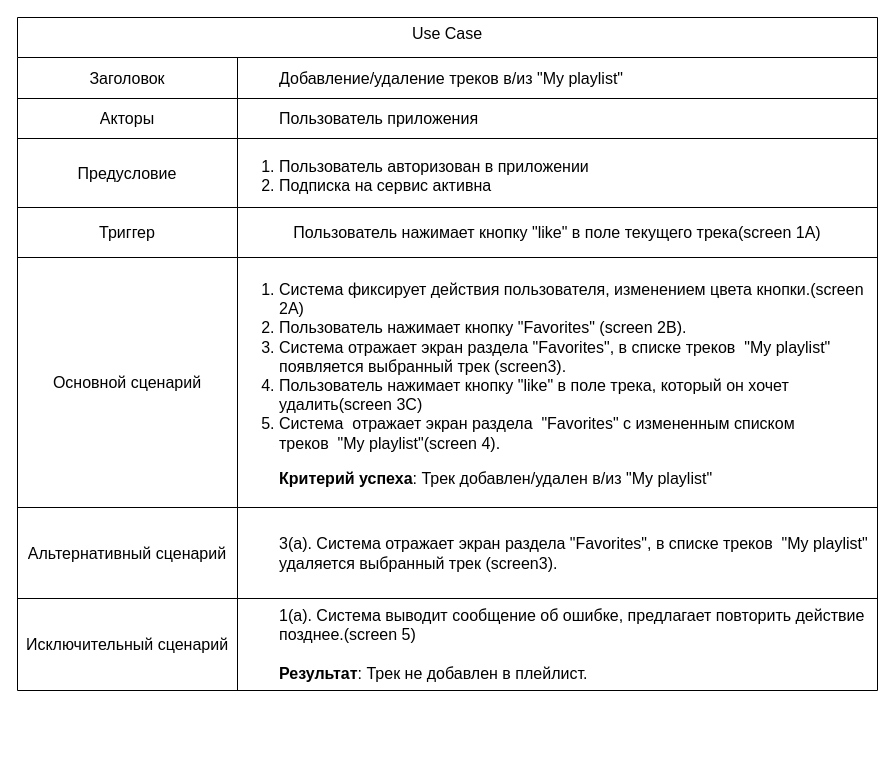
Before: Khalmatova_Kristina/UseCase/UseCase.drawio in abdullahproff/BSA21_1, a draw.io diagram. Source tidied: cells renumbered, new cells numbered last; positions are measured from the earlier drawing's top-left corner, leaving out a move shared by most shapes. Both pictures are drawn from the tidied source at 100%, with x=0, y=0 at pixel (17, 17).
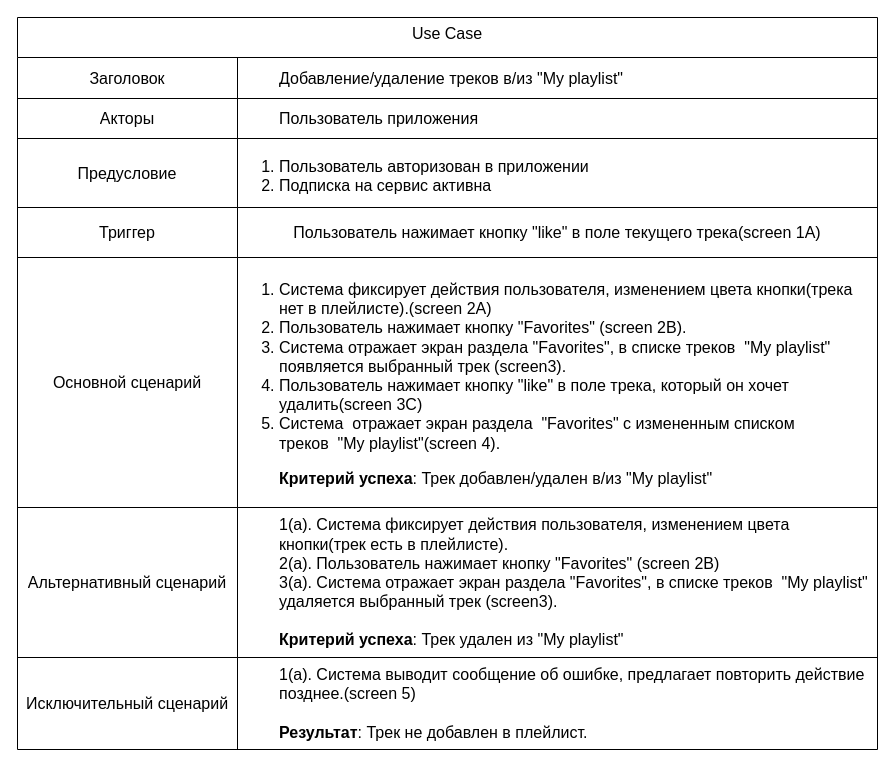
The same diagram, later.

The change refers to these unchanged cells:
```xml
<mxCell id="15" style="shape=tableRow;horizontal=0;startSize=0;swimlaneHead=0;swimlaneBody=0;strokeColor=inherit;top=0;left=0;bottom=0;right=0;fillColor=none;fontSize=16;verticalAlign=top;" parent="2" vertex="1">
  <mxGeometry y="240" width="860" height="250" as="geometry" />
</mxCell>
```

Diff of the diagram source:
```diff
@@
     <mxCell id="2" value="Use Case" style="shape=table;startSize=40;childLayout=tableLayout;strokeColor=default;fontSize=16;verticalAlign=top;" parent="1" vertex="1">
-      <mxGeometry width="860" height="673" as="geometry" />
+      <mxGeometry width="860" height="732" as="geometry" />
     </mxCell>
@@
-    <mxCell id="17" value="&lt;ol&gt;&lt;li&gt;Система фиксирует действия пользователя, изменением цвета кнопки.(screen 2A)&lt;/li&gt;&lt;li&gt;Пользователь нажимает кнопку &quot;Favorites&quot; (screen 2B).&lt;/li&gt;&lt;li&gt;Система отражает экран раздела &quot;Favorites&quot;, в списке треков&amp;nbsp;&amp;nbsp;&lt;span style=&quot;text-align: center;&quot;&gt;&quot;My playlist&quot; появляется выбранный трек (screen3).&lt;/span&gt;&lt;/li&gt;&lt;li&gt;Пользователь нажимает кнопку &quot;like&quot; в поле трека, который он хочет удалить(screen 3C)&lt;/li&gt;&lt;li&gt;Система&amp;nbsp; отражает экран раздела&amp;nbsp;&amp;nbsp;&quot;Favorites&quot; с измененным списком треков&amp;nbsp;&amp;nbsp;&lt;span style=&quot;text-align: center;&quot;&gt;&quot;My playlist&quot;(screen 4).&amp;nbsp;&lt;/span&gt;&lt;/li&gt;&lt;/ol&gt;&lt;blockquote style=&quot;margin: 0 0 0 40px; border: none; padding: 0px;&quot;&gt;&lt;div style=&quot;&quot;&gt;&lt;b&gt;Критерий успеха&lt;/b&gt;:&amp;nbsp;&lt;span style=&quot;background-color: initial;&quot;&gt;Трек добавлен/удален в/из &quot;My playlist&quot;&lt;/span&gt;&lt;/div&gt;&lt;/blockquote&gt;" style="shape=partialRectangle;html=1;whiteSpace=wrap;strokeColor=inherit;overflow=hidden;fillColor=none;top=0;left=0;bottom=0;right=0;fontSize=16;align=left;verticalAlign=top;" parent="15" vertex="1">
+    <mxCell id="17" value="&lt;ol&gt;&lt;li&gt;Система фиксирует действия пользователя, изменением цвета кнопки(трека нет в плейлисте).(screen 2A)&lt;/li&gt;&lt;li&gt;Пользователь нажимает кнопку &quot;Favorites&quot; (screen 2B).&lt;/li&gt;&lt;li&gt;Система отражает экран раздела &quot;Favorites&quot;, в списке треков&amp;nbsp;&amp;nbsp;&lt;span style=&quot;text-align: center;&quot;&gt;&quot;My playlist&quot; появляется выбранный трек (screen3).&lt;/span&gt;&lt;/li&gt;&lt;li&gt;Пользователь нажимает кнопку &quot;like&quot; в поле трека, который он хочет удалить(screen 3C)&lt;/li&gt;&lt;li&gt;Система&amp;nbsp; отражает экран раздела&amp;nbsp;&amp;nbsp;&quot;Favorites&quot; с измененным списком треков&amp;nbsp;&amp;nbsp;&lt;span style=&quot;text-align: center;&quot;&gt;&quot;My playlist&quot;(screen 4).&amp;nbsp;&lt;/span&gt;&lt;/li&gt;&lt;/ol&gt;&lt;blockquote style=&quot;margin: 0 0 0 40px; border: none; padding: 0px;&quot;&gt;&lt;div style=&quot;&quot;&gt;&lt;b&gt;Критерий успеха&lt;/b&gt;:&amp;nbsp;&lt;span style=&quot;background-color: initial;&quot;&gt;Трек добавлен/удален в/из &quot;My playlist&quot;&lt;/span&gt;&lt;/div&gt;&lt;/blockquote&gt;" style="shape=partialRectangle;html=1;whiteSpace=wrap;strokeColor=inherit;overflow=hidden;fillColor=none;top=0;left=0;bottom=0;right=0;fontSize=16;align=left;verticalAlign=top;" parent="15" vertex="1">
       <mxGeometry x="220" width="640" height="250" as="geometry" />
     </mxCell>
     <mxCell id="18" style="shape=tableRow;horizontal=0;startSize=0;swimlaneHead=0;swimlaneBody=0;strokeColor=inherit;top=0;left=0;bottom=0;right=0;fillColor=none;fontSize=16;" parent="2" vertex="1">
-      <mxGeometry y="490" width="860" height="91" as="geometry" />
+      <mxGeometry y="490" width="860" height="150" as="geometry" />
     </mxCell>
     <mxCell id="19" value="Альтернативный сценарий" style="shape=partialRectangle;html=1;whiteSpace=wrap;strokeColor=inherit;overflow=hidden;fillColor=none;top=0;left=0;bottom=0;right=0;fontSize=16;" parent="18" vertex="1">
-      <mxGeometry width="220" height="91" as="geometry" />
+      <mxGeometry width="220" height="150" as="geometry" />
     </mxCell>
-    <mxCell id="20" value="&lt;blockquote style=&quot;margin: 0 0 0 40px; border: none; padding: 0px;&quot;&gt;&lt;span style=&quot;background-color: initial;&quot;&gt;3(a). Система отражает экран раздела &quot;Favorites&quot;, в списке треков&amp;nbsp;&amp;nbsp;&lt;/span&gt;&lt;span style=&quot;background-color: initial; text-align: center;&quot;&gt;&quot;My playlist&quot; удаляется выбранный трек (screen3).&lt;/span&gt;&lt;/blockquote&gt;" style="shape=partialRectangle;html=1;whiteSpace=wrap;strokeColor=inherit;overflow=hidden;fillColor=none;top=0;left=0;bottom=0;right=0;fontSize=16;align=left;" parent="18" vertex="1">
-      <mxGeometry x="220" width="640" height="91" as="geometry" />
+    <mxCell id="20" value="&lt;blockquote style=&quot;margin: 0 0 0 40px; border: none; padding: 0px;&quot;&gt;&lt;span style=&quot;background-color: initial;&quot;&gt;1(а). Система фиксирует действия пользователя, изменением цвета кнопки(трек есть в плейлисте).&lt;/span&gt;&lt;/blockquote&gt;&lt;blockquote style=&quot;margin: 0 0 0 40px; border: none; padding: 0px;&quot;&gt;&lt;span style=&quot;background-color: initial;&quot;&gt;2(a). Пользователь нажимает кнопку &quot;Favorites&quot; (screen 2B)&lt;/span&gt;&lt;/blockquote&gt;&lt;blockquote style=&quot;margin: 0 0 0 40px; border: none; padding: 0px;&quot;&gt;&lt;span style=&quot;background-color: initial;&quot;&gt;3(a). Система отражает экран раздела &quot;Favorites&quot;, в списке треков&amp;nbsp;&amp;nbsp;&lt;/span&gt;&lt;span style=&quot;background-color: initial; text-align: center;&quot;&gt;&quot;My playlist&quot; удаляется выбранный трек (screen3).&lt;/span&gt;&lt;/blockquote&gt;&lt;blockquote style=&quot;margin: 0 0 0 40px; border: none; padding: 0px;&quot;&gt;&lt;span style=&quot;background-color: initial; text-align: center;&quot;&gt;&lt;br&gt;&lt;/span&gt;&lt;/blockquote&gt;&lt;blockquote style=&quot;margin: 0 0 0 40px; border: none; padding: 0px;&quot;&gt;&lt;b&gt;Критерий успеха&lt;/b&gt;:&amp;nbsp;&lt;span style=&quot;background-color: initial;&quot;&gt;Трек удален из &quot;My playlist&quot;&lt;/span&gt;&lt;span style=&quot;background-color: initial; text-align: center;&quot;&gt;&lt;/span&gt;&lt;/blockquote&gt;" style="shape=partialRectangle;html=1;whiteSpace=wrap;strokeColor=inherit;overflow=hidden;fillColor=none;top=0;left=0;bottom=0;right=0;fontSize=16;align=left;" parent="18" vertex="1">
+      <mxGeometry x="220" width="640" height="150" as="geometry" />
     </mxCell>
     <mxCell id="21" style="shape=tableRow;horizontal=0;startSize=0;swimlaneHead=0;swimlaneBody=0;strokeColor=inherit;top=0;left=0;bottom=0;right=0;fillColor=none;fontSize=16;" parent="2" vertex="1">
-      <mxGeometry y="581" width="860" height="92" as="geometry" />
+      <mxGeometry y="640" width="860" height="92" as="geometry" />
     </mxCell>
```
